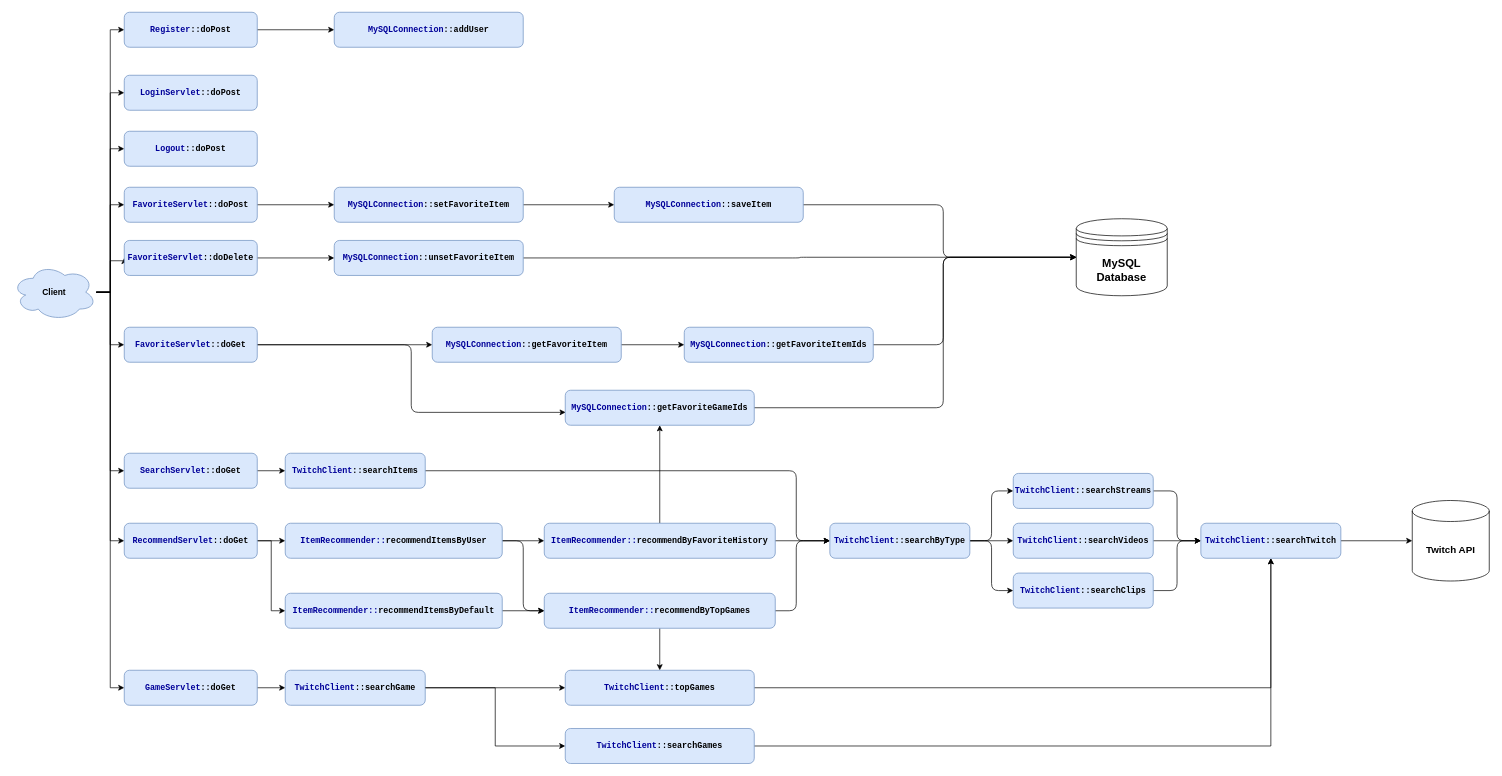
Above: page "Page-1" (1 of 2) of resources/JupiterDiagram.drawio in oscargong/jupiter (draw.io), before the change. Source tidied: cells renumbered, new cells numbered last; positions are measured from the earlier drawing's top-left corner, leaving out a move shared by most shapes. Both pictures are drawn from the tidied source at 70%, with x=0, y=0 at pixel (12, 12).
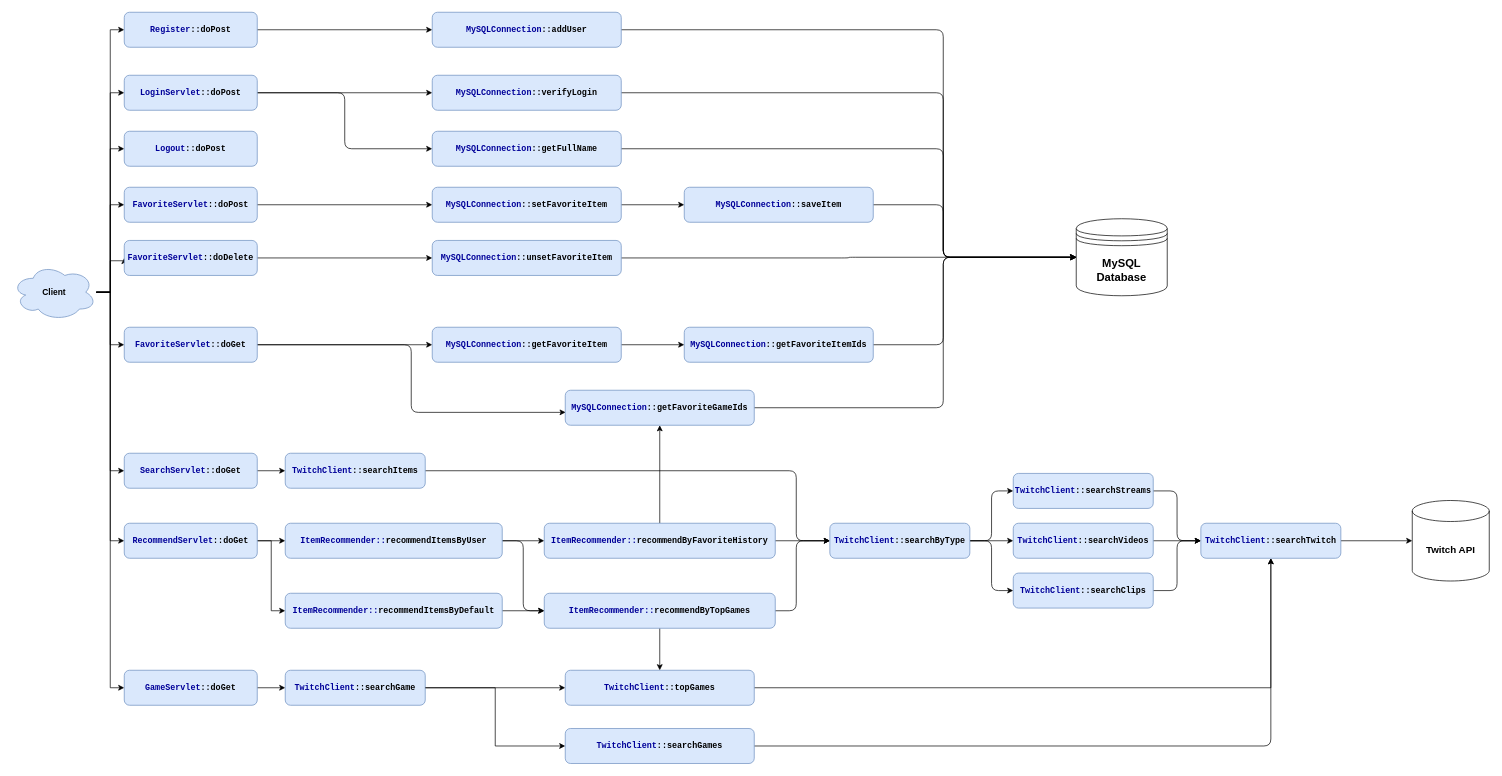
Above is the later version.

The change refers to these unchanged cells:
```xml
<mxCell id="20" value="&lt;font color=&quot;#000099&quot; style=&quot;font-family: &amp;#34;courier new&amp;#34;&quot;&gt;TwitchClient&lt;/font&gt;&lt;span style=&quot;font-family: &amp;#34;courier new&amp;#34;&quot;&gt;::searchGames&lt;/span&gt;" style="rounded=1;whiteSpace=wrap;html=1;fillColor=#dae8fc;strokeColor=#6c8ebf;fontStyle=1;" parent="1" vertex="1">
  <mxGeometry x="790" y="1023.2" width="270" height="50" as="geometry" />
</mxCell>
<mxCell id="22" value="&lt;font color=&quot;#000099&quot; style=&quot;font-family: &amp;#34;courier new&amp;#34;&quot;&gt;TwitchClient&lt;/font&gt;&lt;span style=&quot;font-family: &amp;#34;courier new&amp;#34;&quot;&gt;::searchTwitch&lt;/span&gt;" style="rounded=1;whiteSpace=wrap;html=1;fillColor=#dae8fc;strokeColor=#6c8ebf;fontStyle=1;" parent="1" vertex="1">
  <mxGeometry x="1698" y="730" width="200" height="50" as="geometry" />
</mxCell>
<mxCell id="51" value="MySQL&lt;br style=&quot;font-size: 16px;&quot;&gt;Database" style="shape=datastore;whiteSpace=wrap;html=1;fontSize=16;fontStyle=1;" parent="1" vertex="1">
  <mxGeometry x="1520" y="295" width="130" height="110" as="geometry" />
</mxCell>
<mxCell id="75" value="&lt;font face=&quot;Courier New&quot;&gt;&lt;font color=&quot;#000099&quot;&gt;LoginServlet&lt;/font&gt;::doPost&lt;/font&gt;" style="rounded=1;whiteSpace=wrap;html=1;fillColor=#dae8fc;strokeColor=#6c8ebf;fontStyle=1;" parent="1" vertex="1">
  <mxGeometry x="160" y="90" width="190" height="50" as="geometry" />
</mxCell>
```

What changed in the source:
```diff
@@
-    <mxCell id="19" style="edgeStyle=orthogonalEdgeStyle;rounded=0;jettySize=auto;html=1;entryX=0.5;entryY=1;entryDx=0;entryDy=0;" parent="1" edge="1" source="20" target="22">
+    <mxCell id="19" style="edgeStyle=orthogonalEdgeStyle;rounded=1;jettySize=auto;html=1;entryX=0.5;entryY=1;entryDx=0;entryDy=0;" parent="1" edge="1" source="20" target="22">
       <mxGeometry relative="1" as="geometry" />
     </mxCell>
@@
     <mxCell id="46" value="&lt;font face=&quot;Courier New&quot;&gt;&lt;font color=&quot;#000099&quot;&gt;MySQLConnection&lt;/font&gt;::setFavoriteItem&lt;/font&gt;" style="rounded=1;whiteSpace=wrap;html=1;fillColor=#dae8fc;strokeColor=#6c8ebf;fontStyle=1;" parent="1" vertex="1">
-      <mxGeometry x="460" y="250" width="270" height="50" as="geometry" />
+      <mxGeometry x="600" y="250" width="270" height="50" as="geometry" />
     </mxCell>
@@
     <mxCell id="48" value="&lt;font face=&quot;Courier New&quot;&gt;&lt;font color=&quot;#000099&quot;&gt;MySQLConnection&lt;/font&gt;::unsetFavoriteItem&lt;/font&gt;" style="rounded=1;whiteSpace=wrap;html=1;fillColor=#dae8fc;strokeColor=#6c8ebf;fontStyle=1;" parent="1" vertex="1">
-      <mxGeometry x="460" y="326" width="270" height="50" as="geometry" />
+      <mxGeometry x="600" y="326" width="270" height="50" as="geometry" />
     </mxCell>
@@
     <mxCell id="50" value="&lt;font face=&quot;Courier New&quot;&gt;&lt;font color=&quot;#000099&quot;&gt;MySQLConnection&lt;/font&gt;::saveItem&lt;/font&gt;" style="rounded=1;whiteSpace=wrap;html=1;fillColor=#dae8fc;strokeColor=#6c8ebf;fontStyle=1;" parent="1" vertex="1">
-      <mxGeometry x="860" y="250" width="270" height="50" as="geometry" />
+      <mxGeometry x="960" y="250" width="270" height="50" as="geometry" />
     </mxCell>
@@
+    <mxCell id="77" style="edgeStyle=orthogonalEdgeStyle;rounded=0;jettySize=auto;html=1;entryX=0;entryY=0.5;entryDx=0;entryDy=0;" parent="1" edge="1" source="75" target="83">
+      <mxGeometry relative="1" as="geometry" />
+    </mxCell>
+    <mxCell id="78" style="edgeStyle=orthogonalEdgeStyle;rounded=1;jettySize=auto;html=1;entryX=0;entryY=0.5;entryDx=0;entryDy=0;" parent="1" edge="1" source="75" target="81">
+      <mxGeometry relative="1" as="geometry" />
+    </mxCell>
@@
+    <mxCell id="79" style="edgeStyle=orthogonalEdgeStyle;rounded=1;jettySize=auto;html=1;entryX=0;entryY=0.5;entryDx=0;entryDy=0;" parent="1" edge="1" source="76" target="51">
+      <mxGeometry relative="1" as="geometry">
+        <Array as="points">
+          <mxPoint x="1330" y="25" />
+          <mxPoint x="1330" y="350" />
+        </Array>
+      </mxGeometry>
+    </mxCell>
     <mxCell id="76" value="&lt;font face=&quot;Courier New&quot;&gt;&lt;font color=&quot;#000099&quot;&gt;MySQLConnection&lt;/font&gt;::addUser&lt;/font&gt;" style="rounded=1;whiteSpace=wrap;html=1;fillColor=#dae8fc;strokeColor=#6c8ebf;fontStyle=1;" parent="1" vertex="1">
-      <mxGeometry x="460" width="270" height="50" as="geometry" />
+      <mxGeometry x="600" width="270" height="50" as="geometry" />
     </mxCell>
+    <mxCell id="80" style="edgeStyle=orthogonalEdgeStyle;rounded=1;jettySize=auto;html=1;" parent="1" edge="1" source="81">
+      <mxGeometry relative="1" as="geometry">
+        <mxPoint x="1520" y="350" as="targetPoint" />
+        <Array as="points">
+          <mxPoint x="1330" y="195" />
+          <mxPoint x="1330" y="350" />
+        </Array>
+      </mxGeometry>
+    </mxCell>
+    <mxCell id="81" value="&lt;font face=&quot;Courier New&quot;&gt;&lt;font color=&quot;#000099&quot;&gt;MySQLConnection&lt;/font&gt;::getFullName&lt;/font&gt;" style="rounded=1;whiteSpace=wrap;html=1;fillColor=#dae8fc;strokeColor=#6c8ebf;fontStyle=1;" parent="1" vertex="1">
+      <mxGeometry x="600" y="170" width="270" height="50" as="geometry" />
+    </mxCell>
+    <mxCell id="82" style="edgeStyle=orthogonalEdgeStyle;rounded=1;jettySize=auto;html=1;entryX=0;entryY=0.5;entryDx=0;entryDy=0;" parent="1" edge="1" source="83" target="51">
+      <mxGeometry relative="1" as="geometry">
+        <Array as="points">
+          <mxPoint x="1330" y="115" />
+          <mxPoint x="1330" y="350" />
+        </Array>
+      </mxGeometry>
+    </mxCell>
+    <mxCell id="83" value="&lt;font face=&quot;Courier New&quot;&gt;&lt;font color=&quot;#000099&quot;&gt;MySQLConnection&lt;/font&gt;::verifyLogin&lt;/font&gt;" style="rounded=1;whiteSpace=wrap;html=1;fillColor=#dae8fc;strokeColor=#6c8ebf;fontStyle=1;" parent="1" vertex="1">
+      <mxGeometry x="600" y="90" width="270" height="50" as="geometry" />
+    </mxCell>
```
